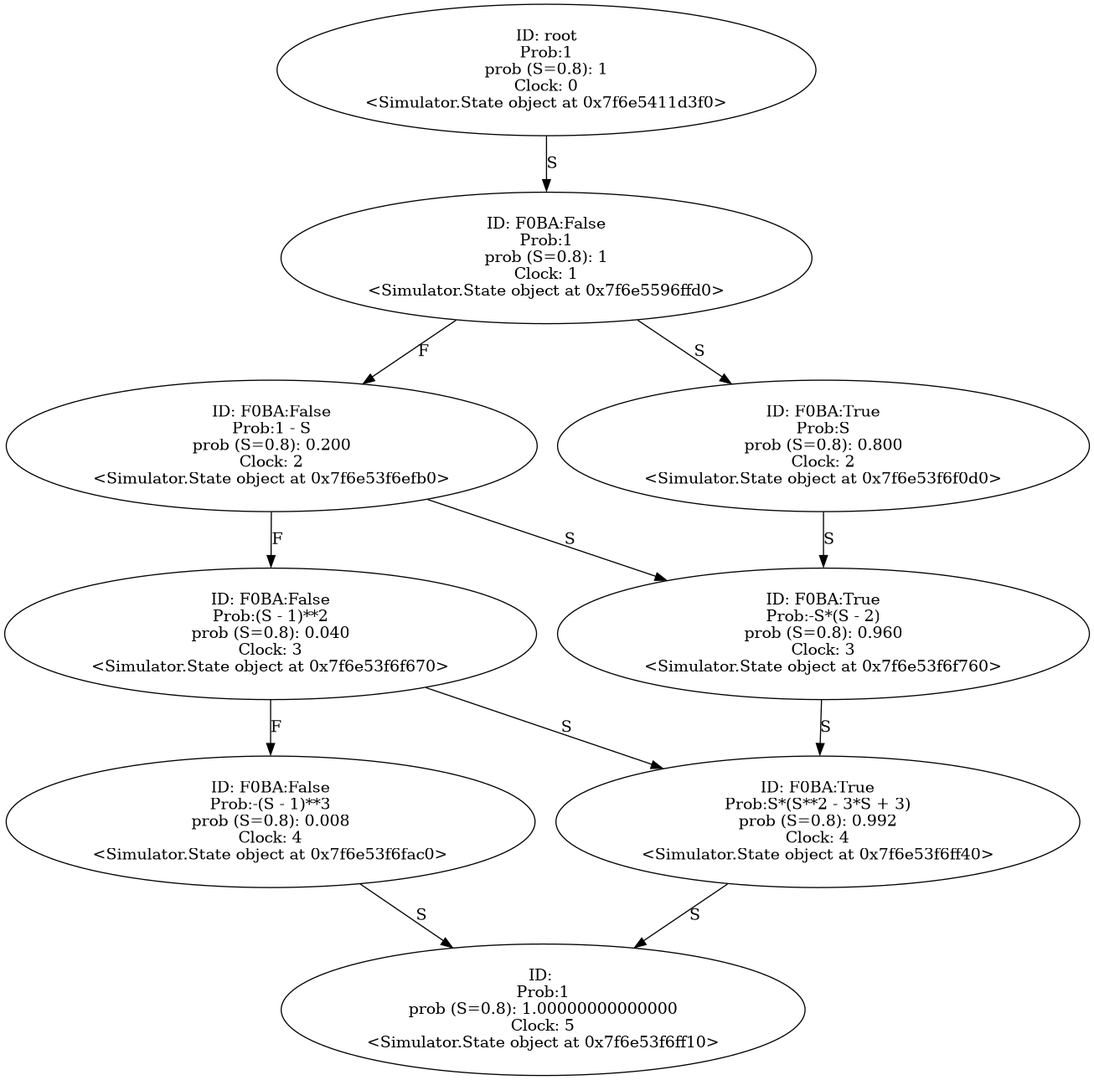
The Graphviz diagram Output/two_pulls.wrp.gv.png in YasinBoloorchi/WARP-Simulator, before a commit. Its source is kept beside it as Output/two_pulls.wrp.gv.
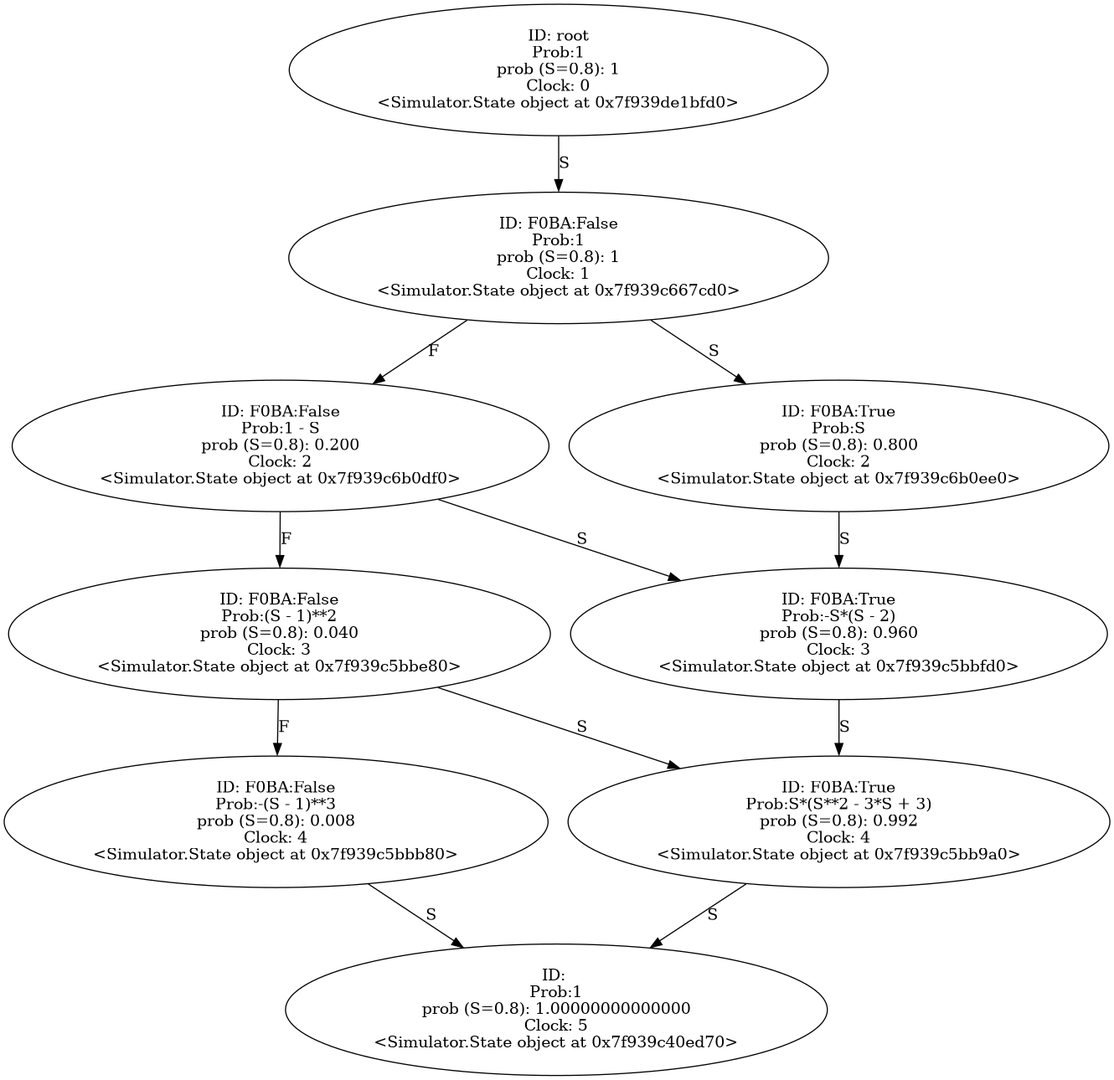
After the change.

Change to the diagram source:
```diff
@@ -1,58 +1,58 @@
 digraph "./Output/two_pulls.wrp" {
-	<Simulator.State object at 0x7f6e5411d3f0> [label="ID: root
+	<Simulator.State object at 0x7f939de1bfd0> [label="ID: root
 Prob:1
 prob (S=0.8): 1
 Clock: 0
-<Simulator.State object at 0x7f6e5411d3f0>"]
-	<Simulator.State object at 0x7f6e5411d3f0> -> <Simulator.State object at 0x7f6e5596ffd0> [label=S]
-	<Simulator.State object at 0x7f6e5596ffd0> [label="ID: F0BA:False
+<Simulator.State object at 0x7f939de1bfd0>"]
+	<Simulator.State object at 0x7f939de1bfd0> -> <Simulator.State object at 0x7f939c667cd0> [label=S]
+	<Simulator.State object at 0x7f939c667cd0> [label="ID: F0BA:False
 Prob:1
 prob (S=0.8): 1
 Clock: 1
-<Simulator.State object at 0x7f6e5596ffd0>"]
-	<Simulator.State object at 0x7f6e5596ffd0> -> <Simulator.State object at 0x7f6e53f6efb0> [label=F]
-	<Simulator.State object at 0x7f6e5596ffd0> -> <Simulator.State object at 0x7f6e53f6f0d0> [label=S]
-	<Simulator.State object at 0x7f6e53f6efb0> [label="ID: F0BA:False
+<Simulator.State object at 0x7f939c667cd0>"]
+	<Simulator.State object at 0x7f939c667cd0> -> <Simulator.State object at 0x7f939c6b0df0> [label=F]
+	<Simulator.State object at 0x7f939c667cd0> -> <Simulator.State object at 0x7f939c6b0ee0> [label=S]
+	<Simulator.State object at 0x7f939c6b0df0> [label="ID: F0BA:False
 Prob:1 - S
 prob (S=0.8): 0.200
 Clock: 2
-<Simulator.State object at 0x7f6e53f6efb0>"]
-	<Simulator.State object at 0x7f6e53f6efb0> -> <Simulator.State object at 0x7f6e53f6f670> [label=F]
-	<Simulator.State object at 0x7f6e53f6efb0> -> <Simulator.State object at 0x7f6e53f6f760> [label=S]
-	<Simulator.State object at 0x7f6e53f6f0d0> [label="ID: F0BA:True
+<Simulator.State object at 0x7f939c6b0df0>"]
+	<Simulator.State object at 0x7f939c6b0df0> -> <Simulator.State object at 0x7f939c5bbe80> [label=F]
+	<Simulator.State object at 0x7f939c6b0df0> -> <Simulator.State object at 0x7f939c5bbfd0> [label=S]
+	<Simulator.State object at 0x7f939c6b0ee0> [label="ID: F0BA:True
 Prob:S
 prob (S=0.8): 0.800
 Clock: 2
-<Simulator.State object at 0x7f6e53f6f0d0>"]
-	<Simulator.State object at 0x7f6e53f6f0d0> -> <Simulator.State object at 0x7f6e53f6f760> [label=S]
-	<Simulator.State object at 0x7f6e53f6f670> [label="ID: F0BA:False
+<Simulator.State object at 0x7f939c6b0ee0>"]
+	<Simulator.State object at 0x7f939c6b0ee0> -> <Simulator.State object at 0x7f939c5bbfd0> [label=S]
+	<Simulator.State object at 0x7f939c5bbe80> [label="ID: F0BA:False
 Prob:(S - 1)**2
 prob (S=0.8): 0.040
 Clock: 3
-<Simulator.State object at 0x7f6e53f6f670>"]
-	<Simulator.State object at 0x7f6e53f6f670> -> <Simulator.State object at 0x7f6e53f6fac0> [label=F]
-	<Simulator.State object at 0x7f6e53f6f670> -> <Simulator.State object at 0x7f6e53f6ff40> [label=S]
-	<Simulator.State object at 0x7f6e53f6f760> [label="ID: F0BA:True
+<Simulator.State object at 0x7f939c5bbe80>"]
+	<Simulator.State object at 0x7f939c5bbe80> -> <Simulator.State object at 0x7f939c5bbb80> [label=F]
+	<Simulator.State object at 0x7f939c5bbe80> -> <Simulator.State object at 0x7f939c5bb9a0> [label=S]
+	<Simulator.State object at 0x7f939c5bbfd0> [label="ID: F0BA:True
 Prob:-S*(S - 2)
 prob (S=0.8): 0.960
 Clock: 3
-<Simulator.State object at 0x7f6e53f6f760>"]
-	<Simulator.State object at 0x7f6e53f6f760> -> <Simulator.State object at 0x7f6e53f6ff40> [label=S]
-	<Simulator.State object at 0x7f6e53f6fac0> [label="ID: F0BA:False
+<Simulator.State object at 0x7f939c5bbfd0>"]
+	<Simulator.State object at 0x7f939c5bbfd0> -> <Simulator.State object at 0x7f939c5bb9a0> [label=S]
+	<Simulator.State object at 0x7f939c5bbb80> [label="ID: F0BA:False
 Prob:-(S - 1)**3
 prob (S=0.8): 0.008
 Clock: 4
-<Simulator.State object at 0x7f6e53f6fac0>"]
-	<Simulator.State object at 0x7f6e53f6fac0> -> <Simulator.State object at 0x7f6e53f6ff10> [label=S]
-	<Simulator.State object at 0x7f6e53f6ff40> [label="ID: F0BA:True
+<Simulator.State object at 0x7f939c5bbb80>"]
+	<Simulator.State object at 0x7f939c5bbb80> -> <Simulator.State object at 0x7f939c40ed70> [label=S]
+	<Simulator.State object at 0x7f939c5bb9a0> [label="ID: F0BA:True
 Prob:S*(S**2 - 3*S + 3)
 prob (S=0.8): 0.992
 Clock: 4
-<Simulator.State object at 0x7f6e53f6ff40>"]
-	<Simulator.State object at 0x7f6e53f6ff40> -> <Simulator.State object at 0x7f6e53f6ff10> [label=S]
-	<Simulator.State object at 0x7f6e53f6ff10> [label="ID:
+<Simulator.State object at 0x7f939c5bb9a0>"]
+	<Simulator.State object at 0x7f939c5bb9a0> -> <Simulator.State object at 0x7f939c40ed70> [label=S]
+	<Simulator.State object at 0x7f939c40ed70> [label="ID:
 Prob:1
 prob (S=0.8): 1.00000000000000
 Clock: 5
-<Simulator.State object at 0x7f6e53f6ff10>"]
+<Simulator.State object at 0x7f939c40ed70>"]
 }
```
